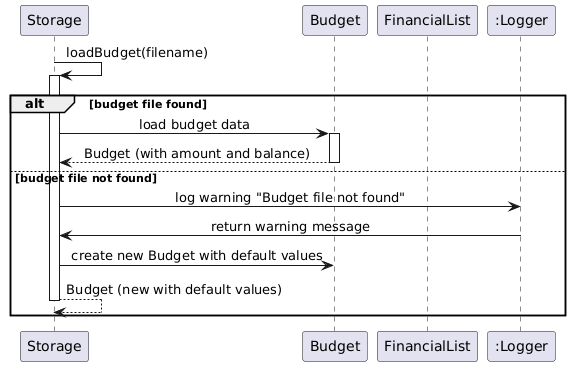
nus-cs2113-AY2425S1/tp keeps this PlantUML diagram as docs/UML/loadBudgetFromStorage.png. Above is the earlier version.
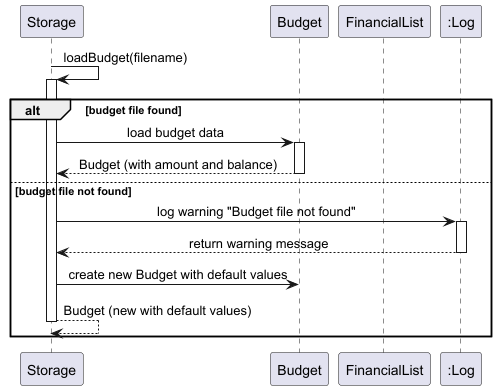
Later version of the same file.

What changed in the source:
```diff
@@ -5,7 +5,7 @@
 participant "Storage" as storage
 participant "Budget" as budget
 participant "FinancialList" as financialList
-participant ":Logger" as logger
+participant ":Log" as logger
 
 storage -> storage : loadBudget(filename)
 activate storage
@@ -17,8 +17,10 @@
 
 else budget file not found
     storage -> logger : log warning "Budget file not found"
-    logger -> storage : return warning message
+    activate logger
+    return return warning message
     storage -> budget : create new Budget with default values
     return Budget (new with default values)
 end
+
 @enduml
```
